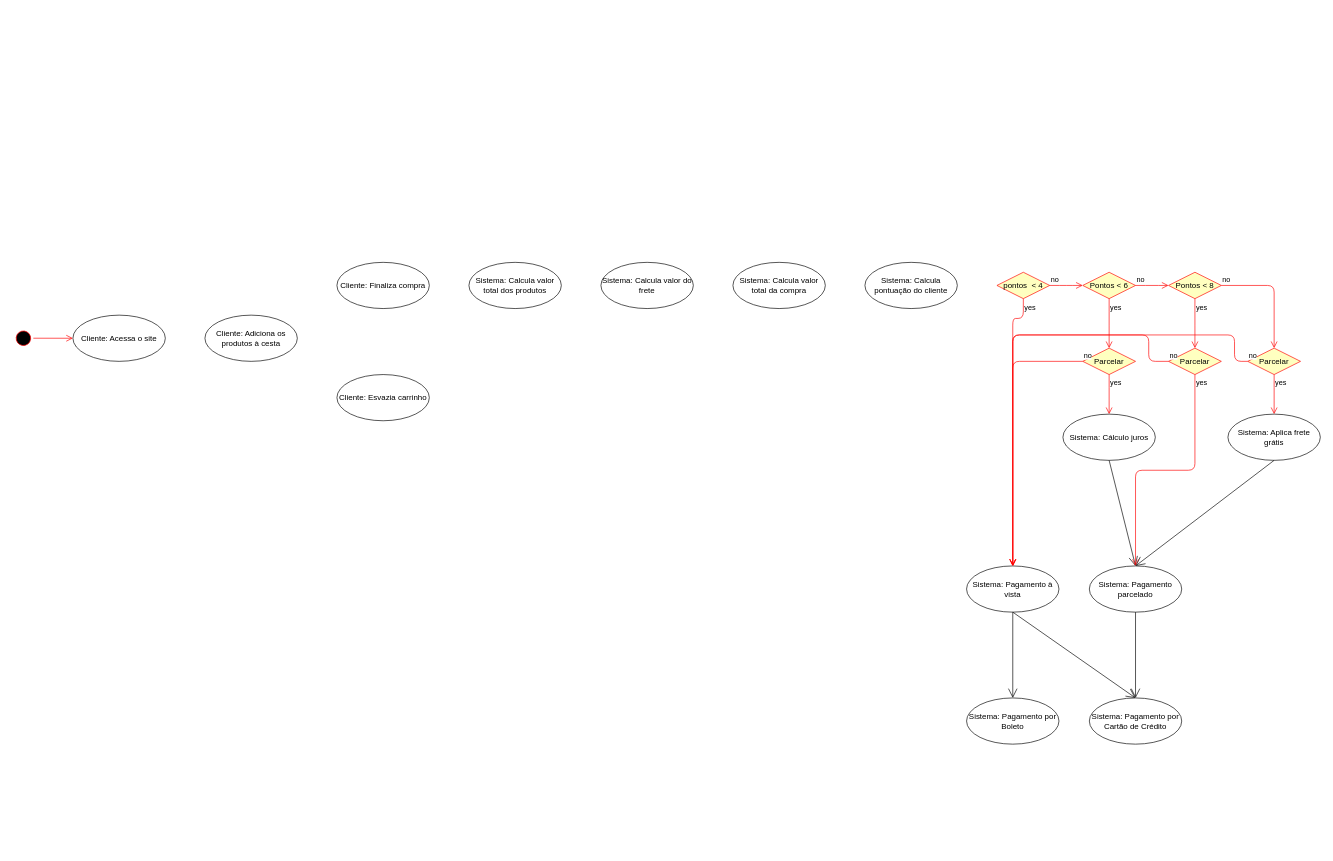
DouglasGorges/MOO-Diagramas-13-05 keeps this draw.io diagram as Diagrama Atividades.drawio. Above is the earlier version. Source tidied: cells renumbered, new cells numbered last; positions are measured from the earlier drawing's top-left corner, leaving out a move shared by most shapes. Both pictures are drawn from the tidied source at 66%, with x=0, y=0 at pixel (13, 262).
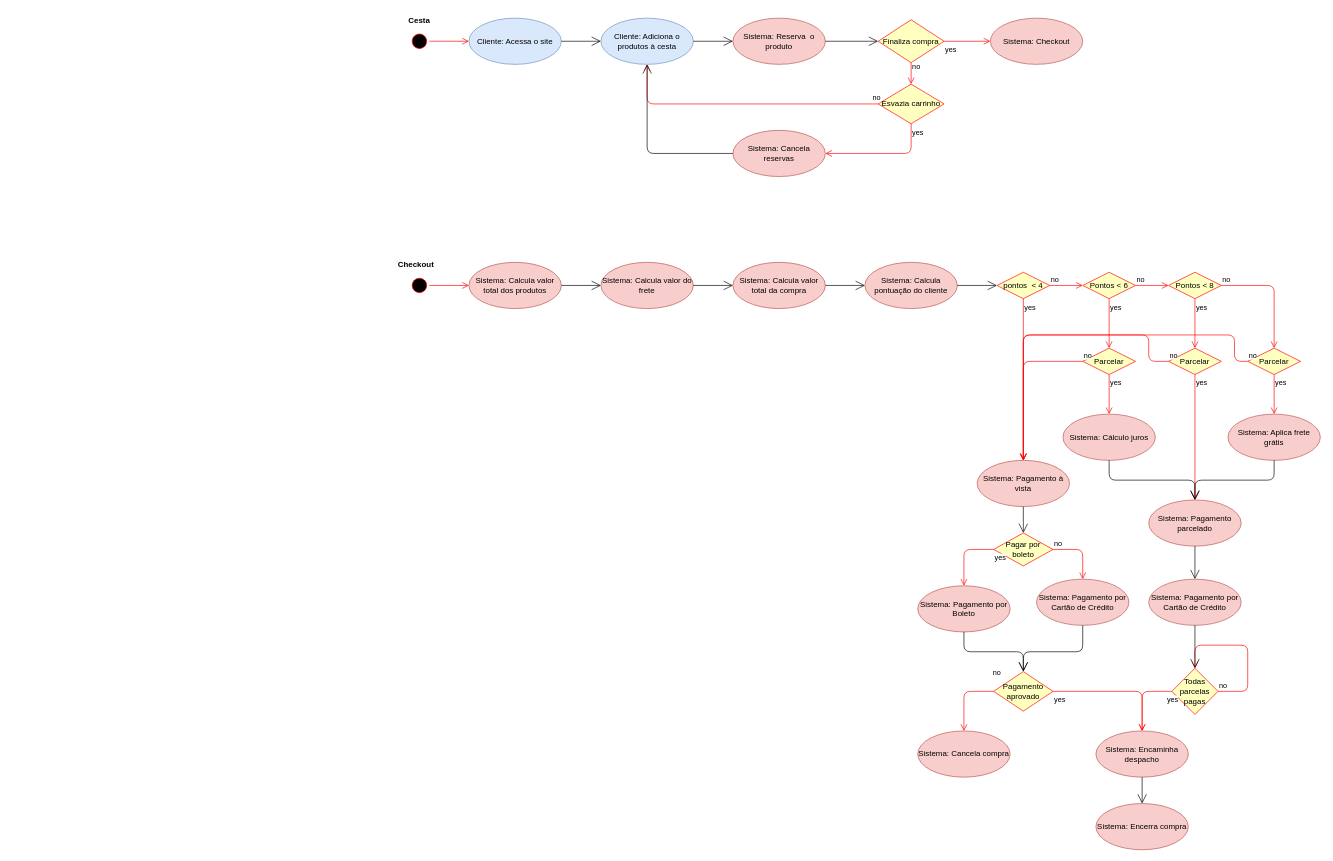
After the change.

The change refers to these unchanged cells:
```xml
<mxCell id="12" value="pontos &amp;nbsp;&amp;lt; 4" style="rhombus;whiteSpace=wrap;html=1;fillColor=#ffffc0;strokeColor=#ff0000;" parent="1" vertex="1">
  <mxGeometry x="1490" y="15" width="80" height="40" as="geometry" />
</mxCell>
<mxCell id="27" value="Parcelar" style="rhombus;whiteSpace=wrap;html=1;fillColor=#ffffc0;strokeColor=#ff0000;" parent="1" vertex="1">
  <mxGeometry x="1620" y="130" width="80" height="40" as="geometry" />
</mxCell>
<mxCell id="36" value="Parcelar" style="rhombus;whiteSpace=wrap;html=1;fillColor=#ffffc0;strokeColor=#ff0000;" parent="1" vertex="1">
  <mxGeometry x="1870" y="130" width="80" height="40" as="geometry" />
</mxCell>
```

The edit, as a diff of the source:
```diff
@@
     <mxCell id="2" style="ellipse;html=1;shape=startState;fillColor=#000000;strokeColor=#ff0000;direction=south;rotation=75;" parent="1" vertex="1">
-      <mxGeometry y="100" width="30" height="30" as="geometry" />
+      <mxGeometry x="600" y="-350" width="30" height="30" as="geometry" />
     </mxCell>
@@
-    <mxCell id="4" value="Cliente: Acessa o site" style="ellipse;whiteSpace=wrap;html=1;" parent="1" vertex="1">
-      <mxGeometry x="90" y="80" width="140" height="70" as="geometry" />
+    <mxCell id="4" value="Cliente: Acessa o site" style="ellipse;whiteSpace=wrap;html=1;fillColor=#dae8fc;strokeColor=#6c8ebf;" parent="1" vertex="1">
+      <mxGeometry x="690" y="-370" width="140" height="70" as="geometry" />
     </mxCell>
-    <mxCell id="5" value="Cliente: Adiciona os produtos à cesta" style="ellipse;whiteSpace=wrap;html=1;" parent="1" vertex="1">
-      <mxGeometry x="290" y="80" width="140" height="70" as="geometry" />
+    <mxCell id="5" value="Cliente: Adiciona o produtos à cesta" style="ellipse;whiteSpace=wrap;html=1;fillColor=#dae8fc;strokeColor=#6c8ebf;" parent="1" vertex="1">
+      <mxGeometry x="890" y="-370" width="140" height="70" as="geometry" />
     </mxCell>
-    <mxCell id="6" value="Cliente: Finaliza compra" style="ellipse;whiteSpace=wrap;html=1;" parent="1" vertex="1">
-      <mxGeometry x="490" width="140" height="70" as="geometry" />
+    <mxCell id="6" value="Sistema: Checkout" style="ellipse;whiteSpace=wrap;html=1;fillColor=#f8cecc;strokeColor=#b85450;" parent="1" vertex="1">
+      <mxGeometry x="1480" y="-370" width="140" height="70" as="geometry" />
     </mxCell>
-    <mxCell id="7" value="Sistema: Calcula valor total dos produtos" style="ellipse;whiteSpace=wrap;html=1;" parent="1" vertex="1">
+    <mxCell id="7" value="Sistema: Calcula valor total dos produtos" style="ellipse;whiteSpace=wrap;html=1;fillColor=#f8cecc;strokeColor=#b85450;" parent="1" vertex="1">
       <mxGeometry x="690" width="140" height="70" as="geometry" />
     </mxCell>
-    <mxCell id="8" value="Sistema: Calcula valor do frete" style="ellipse;whiteSpace=wrap;html=1;" parent="1" vertex="1">
+    <mxCell id="8" value="Sistema: Calcula valor do frete" style="ellipse;whiteSpace=wrap;html=1;fillColor=#f8cecc;strokeColor=#b85450;" parent="1" vertex="1">
       <mxGeometry x="890" width="140" height="70" as="geometry" />
     </mxCell>
-    <mxCell id="9" value="Sistema: Calcula valor total da compra" style="ellipse;whiteSpace=wrap;html=1;" parent="1" vertex="1">
+    <mxCell id="9" value="Sistema: Calcula valor total da compra" style="ellipse;whiteSpace=wrap;html=1;fillColor=#f8cecc;strokeColor=#b85450;" parent="1" vertex="1">
       <mxGeometry x="1090" width="140" height="70" as="geometry" />
     </mxCell>
-    <mxCell id="10" value="Sistema: Calcula pontuação do cliente" style="ellipse;whiteSpace=wrap;html=1;" parent="1" vertex="1">
+    <mxCell id="10" value="Sistema: Calcula pontuação do cliente" style="ellipse;whiteSpace=wrap;html=1;fillColor=#f8cecc;strokeColor=#b85450;" parent="1" vertex="1">
       <mxGeometry x="1290" width="140" height="70" as="geometry" />
     </mxCell>
-    <mxCell id="11" value="Cliente: Esvazia carrinho" style="ellipse;whiteSpace=wrap;html=1;" parent="1" vertex="1">
-      <mxGeometry x="490" y="170" width="140" height="70" as="geometry" />
-    </mxCell>
@@
     <mxCell id="14" value="yes" style="edgeStyle=orthogonalEdgeStyle;html=1;align=left;verticalAlign=top;endArrow=open;endSize=8;strokeColor=#ff0000;entryX=0.5;entryY=0;entryDx=0;entryDy=0;" parent="1" edge="1" source="12" target="23">
-      <mxGeometry x="-1" relative="1" as="geometry">
-        <Array as="points">
-          <mxPoint x="1530" y="85" />
-          <mxPoint x="1514" y="85" />
-        </Array>
-      </mxGeometry>
+      <mxGeometry x="-1" relative="1" as="geometry" />
     </mxCell>
@@
-    <mxCell id="21" value="Sistema: Pagamento por Boleto" style="ellipse;whiteSpace=wrap;html=1;" parent="1" vertex="1">
-      <mxGeometry x="1444" y="660" width="140" height="70" as="geometry" />
+    <mxCell id="21" value="Sistema: Pagamento por Boleto" style="ellipse;whiteSpace=wrap;html=1;fillColor=#f8cecc;strokeColor=#b85450;" parent="1" vertex="1">
+      <mxGeometry x="1370" y="490" width="140" height="70" as="geometry" />
     </mxCell>
-    <mxCell id="22" value="Sistema: Pagamento por Cartão de Crédito" style="ellipse;whiteSpace=wrap;html=1;" parent="1" vertex="1">
-      <mxGeometry x="1630" y="660" width="140" height="70" as="geometry" />
+    <mxCell id="22" value="Sistema: Pagamento por Cartão de Crédito" style="ellipse;whiteSpace=wrap;html=1;fillColor=#f8cecc;strokeColor=#b85450;" parent="1" vertex="1">
+      <mxGeometry x="1550" y="480" width="140" height="70" as="geometry" />
     </mxCell>
-    <mxCell id="23" value="Sistema: Pagamento à vista" style="ellipse;whiteSpace=wrap;html=1;" parent="1" vertex="1">
-      <mxGeometry x="1444" y="460" width="140" height="70" as="geometry" />
+    <mxCell id="23" value="Sistema: Pagamento à vista" style="ellipse;whiteSpace=wrap;html=1;fillColor=#f8cecc;strokeColor=#b85450;" parent="1" vertex="1">
+      <mxGeometry x="1460" y="300" width="140" height="70" as="geometry" />
     </mxCell>
-    <mxCell id="24" value="Sistema: Pagamento parcelado" style="ellipse;whiteSpace=wrap;html=1;" parent="1" vertex="1">
-      <mxGeometry x="1630" y="460" width="140" height="70" as="geometry" />
+    <mxCell id="24" value="Sistema: Pagamento parcelado" style="ellipse;whiteSpace=wrap;html=1;fillColor=#f8cecc;strokeColor=#b85450;" parent="1" vertex="1">
+      <mxGeometry x="1720" y="360" width="140" height="70" as="geometry" />
     </mxCell>
-    <mxCell id="25" style="endArrow=open;endFill=1;endSize=12;html=1;exitX=0.5;exitY=1;exitDx=0;exitDy=0;entryX=0.5;entryY=0;entryDx=0;entryDy=0;" parent="1" edge="1" source="23" target="21">
-      <mxGeometry relative="1" as="geometry" />
-    </mxCell>
-    <mxCell id="26" style="endArrow=open;endFill=1;endSize=12;html=1;exitX=0.5;exitY=1;exitDx=0;exitDy=0;entryX=0.5;entryY=0;entryDx=0;entryDy=0;" parent="1" edge="1" source="23" target="22">
-      <mxGeometry relative="1" as="geometry" />
-    </mxCell>
@@
     <mxCell id="28" value="no" style="edgeStyle=orthogonalEdgeStyle;html=1;align=left;verticalAlign=bottom;endArrow=open;endSize=8;strokeColor=#ff0000;exitX=0;exitY=0.5;exitDx=0;exitDy=0;entryX=0.5;entryY=0;entryDx=0;entryDy=0;" parent="1" edge="1" source="27" target="23">
-      <mxGeometry x="-1" relative="1" as="geometry" />
+      <mxGeometry x="-1" relative="1" as="geometry">
+        <Array as="points">
+          <mxPoint x="1530" y="150" />
+        </Array>
+      </mxGeometry>
     </mxCell>
@@
-    <mxCell id="30" value="Sistema: Cálculo juros" style="ellipse;whiteSpace=wrap;html=1;" parent="1" vertex="1">
+    <mxCell id="30" value="Sistema: Cálculo juros" style="ellipse;whiteSpace=wrap;html=1;fillColor=#f8cecc;strokeColor=#b85450;" parent="1" vertex="1">
       <mxGeometry x="1590" y="230" width="140" height="70" as="geometry" />
     </mxCell>
     <mxCell id="31" style="endArrow=open;endFill=1;endSize=12;html=1;exitX=0.5;exitY=1;exitDx=0;exitDy=0;entryX=0.5;entryY=0;entryDx=0;entryDy=0;" parent="1" edge="1" source="30" target="24">
-      <mxGeometry relative="1" as="geometry" />
+      <mxGeometry relative="1" as="geometry">
+        <Array as="points">
+          <mxPoint x="1660" y="330" />
+          <mxPoint x="1790" y="330" />
+        </Array>
+      </mxGeometry>
     </mxCell>
-    <mxCell id="32" style="endArrow=open;endFill=1;endSize=12;html=1;exitX=0.5;exitY=1;exitDx=0;exitDy=0;entryX=0.5;entryY=0;entryDx=0;entryDy=0;" parent="1" edge="1" source="24" target="22">
+    <mxCell id="32" style="endArrow=open;endFill=1;endSize=12;html=1;exitX=0.5;exitY=1;exitDx=0;exitDy=0;entryX=0.5;entryY=0;entryDx=0;entryDy=0;" parent="1" edge="1" source="24" target="53">
       <mxGeometry relative="1" as="geometry" />
     </mxCell>
@@
-    <mxCell id="35" value="no" style="edgeStyle=orthogonalEdgeStyle;html=1;align=left;verticalAlign=bottom;endArrow=open;endSize=8;strokeColor=#ff0000;exitX=0;exitY=0.5;exitDx=0;exitDy=0;" parent="1" edge="1" target="23">
+    <mxCell id="35" value="no" style="edgeStyle=orthogonalEdgeStyle;html=1;align=left;verticalAlign=bottom;endArrow=open;endSize=8;strokeColor=#ff0000;exitX=0;exitY=0.5;exitDx=0;exitDy=0;entryX=0.5;entryY=0;entryDx=0;entryDy=0;" parent="1" edge="1" target="23">
       <mxGeometry x="-1" relative="1" as="geometry">
         <mxPoint x="1750" y="150" as="sourcePoint" />
         <Array as="points">
           <mxPoint x="1720" y="150" />
           <mxPoint x="1720" y="110" />
-          <mxPoint x="1514" y="110" />
+          <mxPoint x="1530" y="110" />
         </Array>
       </mxGeometry>
     </mxCell>
@@
     <mxCell id="38" value="no" style="edgeStyle=orthogonalEdgeStyle;html=1;align=left;verticalAlign=bottom;endArrow=open;endSize=8;strokeColor=#ff0000;exitX=0;exitY=0.5;exitDx=0;exitDy=0;entryX=0.5;entryY=0;entryDx=0;entryDy=0;" parent="1" edge="1" source="36" target="23">
       <mxGeometry x="-1" relative="1" as="geometry">
         <Array as="points">
           <mxPoint x="1850" y="150" />
           <mxPoint x="1850" y="110" />
-          <mxPoint x="1514" y="110" />
+          <mxPoint x="1530" y="110" />
         </Array>
       </mxGeometry>
     </mxCell>
-    <mxCell id="39" value="Sistema: Aplica frete grátis" style="ellipse;whiteSpace=wrap;html=1;" parent="1" vertex="1">
+    <mxCell id="39" value="Sistema: Aplica frete grátis" style="ellipse;whiteSpace=wrap;html=1;fillColor=#f8cecc;strokeColor=#b85450;" parent="1" vertex="1">
       <mxGeometry x="1840" y="230" width="140" height="70" as="geometry" />
     </mxCell>
     <mxCell id="40" style="endArrow=open;endFill=1;endSize=12;html=1;exitX=0.5;exitY=1;exitDx=0;exitDy=0;entryX=0.5;entryY=0;entryDx=0;entryDy=0;" parent="1" edge="1" source="39" target="24">
-      <mxGeometry relative="1" as="geometry" />
+      <mxGeometry relative="1" as="geometry">
+        <Array as="points">
+          <mxPoint x="1910" y="330" />
+          <mxPoint x="1790" y="330" />
+        </Array>
+      </mxGeometry>
     </mxCell>
+    <mxCell id="41" value="Sistema: Reserva &amp;nbsp;o produto" style="ellipse;whiteSpace=wrap;html=1;fillColor=#f8cecc;strokeColor=#b85450;" parent="1" vertex="1">
+      <mxGeometry x="1090" y="-370" width="140" height="70" as="geometry" />
+    </mxCell>
+    <mxCell id="42" value="Finaliza compra" style="rhombus;whiteSpace=wrap;html=1;fillColor=#ffffc0;strokeColor=#ff0000;" parent="1" vertex="1">
+      <mxGeometry x="1310" y="-367.5" width="100" height="65" as="geometry" />
+    </mxCell>
+    <mxCell id="43" value="no" style="edgeStyle=orthogonalEdgeStyle;html=1;align=left;verticalAlign=bottom;endArrow=open;endSize=8;strokeColor=#ff0000;exitX=0.5;exitY=1;exitDx=0;exitDy=0;entryX=0.5;entryY=0;entryDx=0;entryDy=0;" parent="1" edge="1" source="42" target="45">
+      <mxGeometry x="-0.23" relative="1" as="geometry">
+        <mxPoint y="1" as="offset" />
+      </mxGeometry>
+    </mxCell>
+    <mxCell id="44" value="yes" style="edgeStyle=orthogonalEdgeStyle;html=1;align=left;verticalAlign=top;endArrow=open;endSize=8;strokeColor=#ff0000;exitX=1;exitY=0.5;exitDx=0;exitDy=0;entryX=0;entryY=0.5;entryDx=0;entryDy=0;" parent="1" edge="1" source="42" target="6">
+      <mxGeometry x="-1" relative="1" as="geometry" />
+    </mxCell>
+    <mxCell id="45" value="Esvazia carrinho" style="rhombus;whiteSpace=wrap;html=1;fillColor=#ffffc0;strokeColor=#ff0000;" parent="1" vertex="1">
+      <mxGeometry x="1310" y="-270" width="100" height="60" as="geometry" />
+    </mxCell>
+    <mxCell id="46" value="no" style="edgeStyle=orthogonalEdgeStyle;html=1;align=left;verticalAlign=bottom;endArrow=open;endSize=8;strokeColor=#ff0000;exitX=0;exitY=0.5;exitDx=0;exitDy=0;entryX=0.5;entryY=1;entryDx=0;entryDy=0;" parent="1" edge="1" source="45" target="5">
+      <mxGeometry x="-0.95" relative="1" as="geometry" />
+    </mxCell>
+    <mxCell id="47" value="yes" style="edgeStyle=orthogonalEdgeStyle;html=1;align=left;verticalAlign=top;endArrow=open;endSize=8;strokeColor=#ff0000;entryX=1;entryY=0.5;entryDx=0;entryDy=0;" parent="1" edge="1" source="45" target="48">
+      <mxGeometry x="-1" relative="1" as="geometry">
+        <Array as="points">
+          <mxPoint x="1360" y="-165" />
+        </Array>
+      </mxGeometry>
+    </mxCell>
+    <mxCell id="48" value="Sistema: Cancela reservas" style="ellipse;whiteSpace=wrap;html=1;fillColor=#f8cecc;strokeColor=#b85450;" parent="1" vertex="1">
+      <mxGeometry x="1090" y="-200" width="140" height="70" as="geometry" />
+    </mxCell>
+    <mxCell id="49" style="endArrow=open;endFill=1;endSize=12;html=1;exitX=0;exitY=0.5;exitDx=0;exitDy=0;entryX=0.5;entryY=1;entryDx=0;entryDy=0;" parent="1" edge="1" source="48" target="5">
+      <mxGeometry relative="1" as="geometry">
+        <Array as="points">
+          <mxPoint x="960" y="-165" />
+        </Array>
+      </mxGeometry>
+    </mxCell>
+    <mxCell id="50" style="endArrow=open;endFill=1;endSize=12;html=1;exitX=1;exitY=0.5;exitDx=0;exitDy=0;" parent="1" edge="1" source="4" target="5">
+      <mxGeometry relative="1" as="geometry" />
+    </mxCell>
+    <mxCell id="51" style="endArrow=open;endFill=1;endSize=12;html=1;exitX=1;exitY=0.5;exitDx=0;exitDy=0;entryX=0;entryY=0.5;entryDx=0;entryDy=0;" parent="1" edge="1" source="5" target="41">
+      <mxGeometry relative="1" as="geometry" />
+    </mxCell>
+    <mxCell id="52" style="endArrow=open;endFill=1;endSize=12;html=1;exitX=1;exitY=0.5;exitDx=0;exitDy=0;entryX=0;entryY=0.5;entryDx=0;entryDy=0;" parent="1" edge="1" source="41" target="42">
+      <mxGeometry relative="1" as="geometry" />
+    </mxCell>
+    <mxCell id="53" value="Sistema: Pagamento por Cartão de Crédito" style="ellipse;whiteSpace=wrap;html=1;fillColor=#f8cecc;strokeColor=#b85450;" parent="1" vertex="1">
+      <mxGeometry x="1720" y="480" width="140" height="70" as="geometry" />
+    </mxCell>
+    <mxCell id="54" value="Sistema: Encaminha despacho" style="ellipse;whiteSpace=wrap;html=1;fillColor=#f8cecc;strokeColor=#b85450;" parent="1" vertex="1">
+      <mxGeometry x="1640" y="710" width="140" height="70" as="geometry" />
+    </mxCell>
+    <mxCell id="55" style="endArrow=open;endFill=1;endSize=12;html=1;exitX=0.5;exitY=1;exitDx=0;exitDy=0;entryX=0.5;entryY=0;entryDx=0;entryDy=0;" parent="1" edge="1" source="21" target="57">
+      <mxGeometry relative="1" as="geometry">
+        <Array as="points">
+          <mxPoint x="1440" y="590" />
+          <mxPoint x="1530" y="590" />
+        </Array>
+      </mxGeometry>
+    </mxCell>
+    <mxCell id="56" style="endArrow=open;endFill=1;endSize=12;html=1;exitX=0.5;exitY=1;exitDx=0;exitDy=0;entryX=0.5;entryY=0;entryDx=0;entryDy=0;" parent="1" edge="1" source="22" target="57">
+      <mxGeometry relative="1" as="geometry">
+        <Array as="points">
+          <mxPoint x="1620" y="590" />
+          <mxPoint x="1530" y="590" />
+        </Array>
+      </mxGeometry>
+    </mxCell>
+    <mxCell id="57" value="Pagamento aprovado" style="rhombus;whiteSpace=wrap;html=1;fillColor=#ffffc0;strokeColor=#ff0000;" parent="1" vertex="1">
+      <mxGeometry x="1485" y="620" width="90" height="60" as="geometry" />
+    </mxCell>
+    <mxCell id="58" value="no" style="edgeStyle=orthogonalEdgeStyle;html=1;align=left;verticalAlign=bottom;endArrow=open;endSize=8;strokeColor=#ff0000;exitX=0;exitY=0.5;exitDx=0;exitDy=0;" parent="1" edge="1" source="57" target="60">
+      <mxGeometry x="-0.94" y="-20" relative="1" as="geometry" />
+    </mxCell>
+    <mxCell id="59" value="yes" style="edgeStyle=orthogonalEdgeStyle;html=1;align=left;verticalAlign=top;endArrow=open;endSize=8;strokeColor=#ff0000;entryX=0.5;entryY=0;entryDx=0;entryDy=0;" parent="1" edge="1" source="57" target="54">
+      <mxGeometry x="-1" relative="1" as="geometry" />
+    </mxCell>
+    <mxCell id="60" value="Sistema: Cancela compra" style="ellipse;whiteSpace=wrap;html=1;fillColor=#f8cecc;strokeColor=#b85450;" parent="1" vertex="1">
+      <mxGeometry x="1370" y="710" width="140" height="70" as="geometry" />
+    </mxCell>
+    <mxCell id="61" value="Todas parcelas pagas" style="rhombus;whiteSpace=wrap;html=1;fillColor=#ffffc0;strokeColor=#ff0000;" parent="1" vertex="1">
+      <mxGeometry x="1755" y="615" width="70" height="70" as="geometry" />
+    </mxCell>
+    <mxCell id="62" value="no" style="edgeStyle=orthogonalEdgeStyle;html=1;align=left;verticalAlign=bottom;endArrow=open;endSize=8;strokeColor=#ff0000;exitX=1;exitY=0.5;exitDx=0;exitDy=0;entryX=0.5;entryY=0;entryDx=0;entryDy=0;" parent="1" edge="1" source="61" target="61">
+      <mxGeometry x="-1" relative="1" as="geometry">
+        <Array as="points">
+          <mxPoint x="1870" y="650" />
+          <mxPoint x="1870" y="580" />
+          <mxPoint x="1790" y="580" />
+        </Array>
+      </mxGeometry>
+    </mxCell>
+    <mxCell id="63" value="yes" style="edgeStyle=orthogonalEdgeStyle;html=1;align=left;verticalAlign=top;endArrow=open;endSize=8;strokeColor=#ff0000;entryX=0.5;entryY=0;entryDx=0;entryDy=0;exitX=0;exitY=0.5;exitDx=0;exitDy=0;" parent="1" edge="1" source="61" target="54">
+      <mxGeometry x="-0.82" relative="1" as="geometry" />
+    </mxCell>
+    <mxCell id="64" style="endArrow=open;endFill=1;endSize=12;html=1;exitX=0.5;exitY=1;exitDx=0;exitDy=0;entryX=0.5;entryY=0;entryDx=0;entryDy=0;" parent="1" edge="1" source="53" target="61">
+      <mxGeometry relative="1" as="geometry" />
+    </mxCell>
+    <mxCell id="65" style="ellipse;html=1;shape=startState;fillColor=#000000;strokeColor=#ff0000;" parent="1" vertex="1">
+      <mxGeometry x="600" y="20" width="30" height="30" as="geometry" />
+    </mxCell>
+    <mxCell id="66" style="edgeStyle=orthogonalEdgeStyle;html=1;verticalAlign=bottom;endArrow=open;endSize=8;strokeColor=#ff0000;entryX=0;entryY=0.5;entryDx=0;entryDy=0;" parent="1" edge="1" source="65" target="7">
+      <mxGeometry relative="1" as="geometry" />
+    </mxCell>
+    <mxCell id="67" style="endArrow=open;endFill=1;endSize=12;html=1;exitX=1;exitY=0.5;exitDx=0;exitDy=0;entryX=0;entryY=0.5;entryDx=0;entryDy=0;" parent="1" edge="1" source="7" target="8">
+      <mxGeometry relative="1" as="geometry" />
+    </mxCell>
+    <mxCell id="68" style="endArrow=open;endFill=1;endSize=12;html=1;exitX=1;exitY=0.5;exitDx=0;exitDy=0;entryX=0;entryY=0.5;entryDx=0;entryDy=0;" parent="1" edge="1" source="8" target="9">
+      <mxGeometry relative="1" as="geometry" />
+    </mxCell>
+    <mxCell id="69" style="endArrow=open;endFill=1;endSize=12;html=1;exitX=1;exitY=0.5;exitDx=0;exitDy=0;entryX=0;entryY=0.5;entryDx=0;entryDy=0;" parent="1" edge="1" source="9" target="10">
+      <mxGeometry relative="1" as="geometry" />
+    </mxCell>
+    <mxCell id="70" style="endArrow=open;endFill=1;endSize=12;html=1;exitX=1;exitY=0.5;exitDx=0;exitDy=0;entryX=0;entryY=0.5;entryDx=0;entryDy=0;" parent="1" edge="1" source="10" target="12">
+      <mxGeometry relative="1" as="geometry" />
+    </mxCell>
+    <mxCell id="71" value="Pagar por boleto" style="rhombus;whiteSpace=wrap;html=1;fillColor=#ffffc0;strokeColor=#ff0000;" parent="1" vertex="1">
+      <mxGeometry x="1485" y="410" width="90" height="50" as="geometry" />
+    </mxCell>
+    <mxCell id="72" value="no" style="edgeStyle=orthogonalEdgeStyle;html=1;align=left;verticalAlign=bottom;endArrow=open;endSize=8;strokeColor=#ff0000;entryX=0.5;entryY=0;entryDx=0;entryDy=0;exitX=1;exitY=0.5;exitDx=0;exitDy=0;" parent="1" edge="1" source="71" target="22">
+      <mxGeometry x="-1" relative="1" as="geometry" />
+    </mxCell>
+    <mxCell id="73" value="yes" style="edgeStyle=orthogonalEdgeStyle;html=1;align=left;verticalAlign=top;endArrow=open;endSize=8;strokeColor=#ff0000;entryX=0.5;entryY=0;entryDx=0;entryDy=0;exitX=0;exitY=0.5;exitDx=0;exitDy=0;" parent="1" edge="1" source="71" target="21">
+      <mxGeometry x="-1" relative="1" as="geometry" />
+    </mxCell>
+    <mxCell id="74" style="endArrow=open;endFill=1;endSize=12;html=1;exitX=0.5;exitY=1;exitDx=0;exitDy=0;entryX=0.5;entryY=0;entryDx=0;entryDy=0;" parent="1" edge="1" source="23" target="71">
+      <mxGeometry relative="1" as="geometry" />
+    </mxCell>
+    <mxCell id="75" value="Cesta" style="text;align=center;fontStyle=1;verticalAlign=middle;spacingLeft=3;spacingRight=3;strokeColor=none;" parent="1" vertex="1">
+      <mxGeometry x="575" y="-380" width="80" height="26" as="geometry" />
+    </mxCell>
+    <mxCell id="76" value="Checkout" style="text;align=center;fontStyle=1;verticalAlign=middle;spacingLeft=3;spacingRight=3;strokeColor=none;" parent="1" vertex="1">
+      <mxGeometry x="570" y="-11" width="80" height="26" as="geometry" />
+    </mxCell>
+    <mxCell id="77" value="Sistema: Encerra compra" style="ellipse;whiteSpace=wrap;html=1;fillColor=#f8cecc;strokeColor=#b85450;" parent="1" vertex="1">
+      <mxGeometry x="1640" y="820" width="140" height="70" as="geometry" />
+    </mxCell>
+    <mxCell id="78" style="endArrow=open;endFill=1;endSize=12;html=1;exitX=0.5;exitY=1;exitDx=0;exitDy=0;entryX=0.5;entryY=0;entryDx=0;entryDy=0;" parent="1" edge="1" source="54" target="77">
+      <mxGeometry relative="1" as="geometry" />
+    </mxCell>
```
